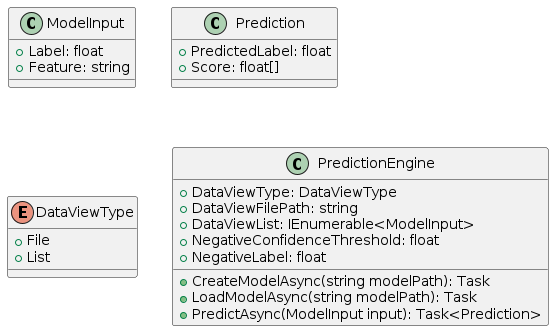
Above: Docs/ClassDiagram.png in VeritasSoftware/WebsiteAIAssistant (PlantUML), before the change.
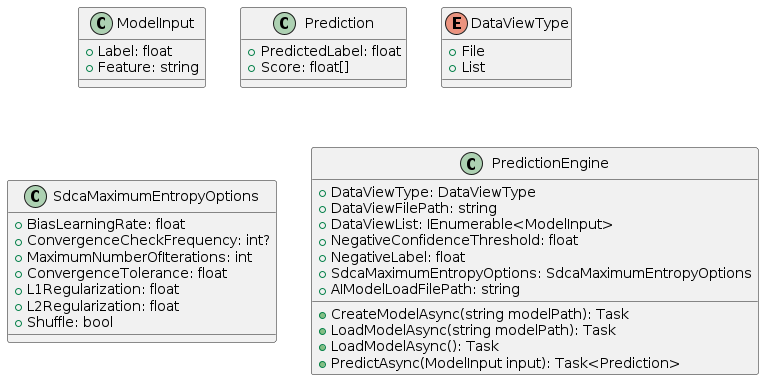
Above is the later version.

Commit message:
updated core class diagram.

What changed in the source:
```diff
@@ -4,19 +4,26 @@
   + Label: float
   + Feature: string
 }
-
 class Prediction
 {
   + PredictedLabel: float
   + Score: float[]
 }
-
 enum DataViewType
 {
   + File
   + List
 }
-
+class SdcaMaximumEntropyOptions
+{
+  + BiasLearningRate: float
+  + ConvergenceCheckFrequency: int?
+  + MaximumNumberOfIterations: int
+  + ConvergenceTolerance: float
+  + L1Regularization: float
+  + L2Regularization: float
+  + Shuffle: bool
+}
 class PredictionEngine
 {
   + DataViewType: DataViewType
@@ -24,9 +31,11 @@
   + DataViewList: IEnumerable<ModelInput>
   + NegativeConfidenceThreshold: float
   + NegativeLabel: float
-
+  + SdcaMaximumEntropyOptions: SdcaMaximumEntropyOptions
+  + AIModelLoadFilePath: string
   + CreateModelAsync(string modelPath): Task
   + LoadModelAsync(string modelPath): Task
+  + LoadModelAsync(): Task
   + PredictAsync(ModelInput input): Task<Prediction>
 }
 @enduml
```
